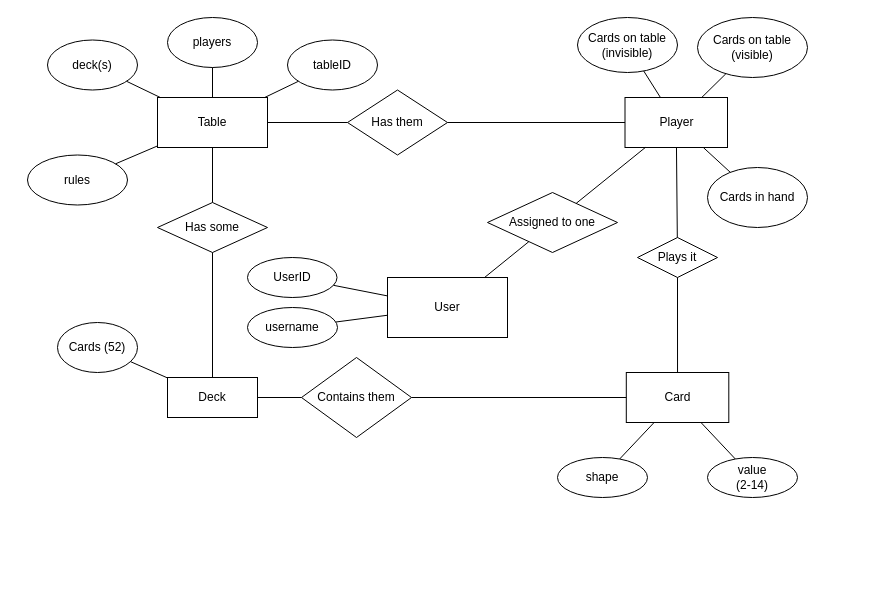
Above: docs/Shed data model.drawio in pintertamas/shed-backend (draw.io), before the change. Source tidied: cells renumbered, new cells numbered last; positions are measured from the earlier drawing's top-left corner, leaving out a move shared by most shapes. Both pictures are drawn from the tidied source at 100%, with x=0, y=0 at pixel (27, 17).
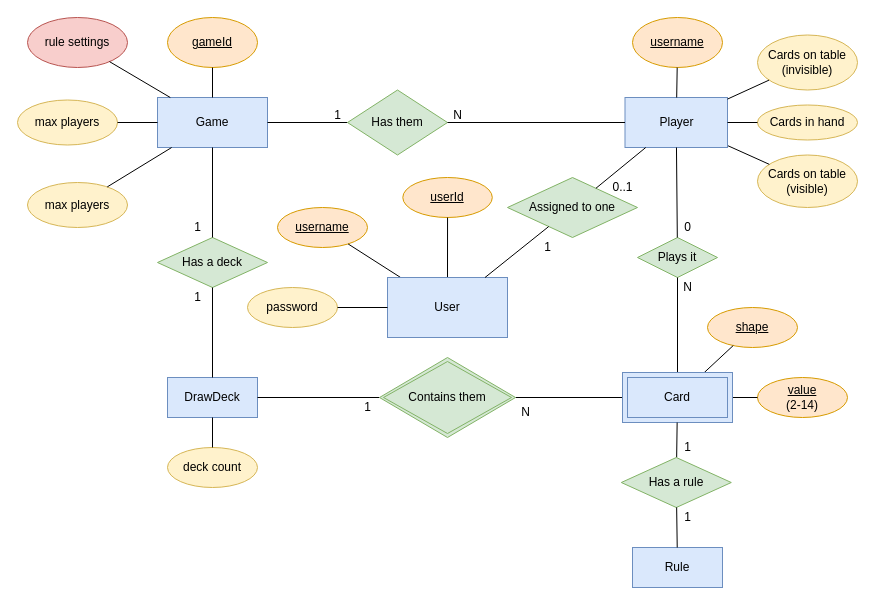
The same page after the edit.

Diff of the diagram source:
```diff
@@
-    <mxCell id="2" value="Cards in hand" style="ellipse;whiteSpace=wrap;html=1;" parent="1" vertex="1">
-      <mxGeometry x="680" y="150" width="100" height="60" as="geometry" />
+    <mxCell id="2" value="Cards in hand" style="ellipse;whiteSpace=wrap;html=1;fillColor=#fff2cc;strokeColor=#d6b656;" parent="1" vertex="1">
+      <mxGeometry x="730" y="87.5" width="100" height="35" as="geometry" />
     </mxCell>
-    <mxCell id="3" value="Cards on table&lt;br&gt;(visible)" style="ellipse;whiteSpace=wrap;html=1;" parent="1" vertex="1">
-      <mxGeometry x="670" width="110" height="60" as="geometry" />
+    <mxCell id="3" value="Cards on table&lt;br&gt;(visible)" style="ellipse;whiteSpace=wrap;html=1;fillColor=#fff2cc;strokeColor=#d6b656;" parent="1" vertex="1">
+      <mxGeometry x="730" y="137.5" width="100" height="52.5" as="geometry" />
     </mxCell>
@@
-    <mxCell id="5" value="Plays it" style="rhombus;whiteSpace=wrap;html=1;" parent="1" vertex="1">
+    <mxCell id="5" value="Plays it" style="rhombus;whiteSpace=wrap;html=1;fillColor=#d5e8d4;strokeColor=#82b366;" parent="1" vertex="1">
       <mxGeometry x="610" y="220" width="80" height="40" as="geometry" />
     </mxCell>
-    <mxCell id="6" value="Player" style="rounded=0;whiteSpace=wrap;html=1;fontColor=default;strokeColor=default;fillColor=default;" parent="1" vertex="1">
+    <mxCell id="6" value="Player" style="rounded=0;whiteSpace=wrap;html=1;fillColor=#dae8fc;strokeColor=#6c8ebf;" parent="1" vertex="1">
       <mxGeometry x="597.5" y="80" width="102.5" height="50" as="geometry" />
     </mxCell>
@@
-    <mxCell id="8" value="Cards on table&lt;br&gt;(invisible)" style="ellipse;whiteSpace=wrap;html=1;" parent="1" vertex="1">
-      <mxGeometry x="550" width="100" height="55" as="geometry" />
+    <mxCell id="8" value="Cards on table&lt;br&gt;(invisible)" style="ellipse;whiteSpace=wrap;html=1;fillColor=#fff2cc;strokeColor=#d6b656;" parent="1" vertex="1">
+      <mxGeometry x="730" y="17.5" width="100" height="55" as="geometry" />
     </mxCell>
@@
-    <mxCell id="10" value="Card" style="rounded=0;whiteSpace=wrap;html=1;fontColor=default;strokeColor=default;fillColor=default;" parent="1" vertex="1">
-      <mxGeometry x="598.8" y="355" width="102.5" height="50" as="geometry" />
-    </mxCell>
@@
-    <mxCell id="12" style="endArrow=none;html=1;rounded=0;" parent="1" edge="1" source="10" target="5">
+    <mxCell id="12" style="endArrow=none;html=1;rounded=0;exitX=0.5;exitY=0;exitDx=0;exitDy=0;" parent="1" edge="1" source="10" target="5">
       <mxGeometry relative="1" as="geometry" />
     </mxCell>
-    <mxCell id="13" value="shape" style="ellipse;whiteSpace=wrap;html=1;" parent="1" vertex="1">
-      <mxGeometry x="530" y="440" width="90" height="40" as="geometry" />
+    <mxCell id="13" value="&lt;u&gt;shape&lt;/u&gt;" style="ellipse;whiteSpace=wrap;html=1;fillColor=#ffe6cc;strokeColor=#d79b00;" parent="1" vertex="1">
+      <mxGeometry x="680" y="290" width="90" height="40" as="geometry" />
     </mxCell>
@@
-    <mxCell id="15" value="value&lt;br&gt;(2-14)" style="ellipse;whiteSpace=wrap;html=1;" parent="1" vertex="1">
-      <mxGeometry x="680" y="440" width="90" height="40" as="geometry" />
+    <mxCell id="15" value="&lt;u&gt;value&lt;/u&gt;&lt;br&gt;(2-14)" style="ellipse;whiteSpace=wrap;html=1;fillColor=#ffe6cc;strokeColor=#d79b00;" parent="1" vertex="1">
+      <mxGeometry x="730" y="360" width="90" height="40" as="geometry" />
     </mxCell>
@@
-    <mxCell id="17" value="Deck" style="rounded=0;whiteSpace=wrap;html=1;fontColor=default;strokeColor=default;fillColor=default;" parent="1" vertex="1">
+    <mxCell id="17" value="DrawDeck" style="rounded=0;whiteSpace=wrap;html=1;strokeColor=#6c8ebf;fillColor=#dae8fc;" parent="1" vertex="1">
       <mxGeometry x="140" y="360" width="90" height="40" as="geometry" />
     </mxCell>
-    <mxCell id="18" value="Cards (52)" style="ellipse;whiteSpace=wrap;html=1;" parent="1" vertex="1">
-      <mxGeometry x="30" y="305" width="80" height="50" as="geometry" />
-    </mxCell>
-    <mxCell id="19" style="endArrow=none;html=1;rounded=0;" parent="1" edge="1" source="18" target="17">
-      <mxGeometry relative="1" as="geometry" />
-    </mxCell>
-    <mxCell id="20" value="Table" style="rounded=0;whiteSpace=wrap;html=1;fontColor=default;strokeColor=default;fillColor=default;" parent="1" vertex="1">
+    <mxCell id="20" value="Game" style="rounded=0;whiteSpace=wrap;html=1;strokeColor=#6c8ebf;fillColor=#dae8fc;" parent="1" vertex="1">
       <mxGeometry x="130" y="80" width="110" height="50" as="geometry" />
     </mxCell>
-    <mxCell id="21" value="Contains them" style="rhombus;whiteSpace=wrap;html=1;" parent="1" vertex="1">
-      <mxGeometry x="274" y="340" width="110" height="80" as="geometry" />
-    </mxCell>
@@
-    <mxCell id="24" value="Has some" style="rhombus;whiteSpace=wrap;html=1;" parent="1" vertex="1">
-      <mxGeometry x="130" y="185" width="110" height="50" as="geometry" />
+    <mxCell id="24" value="Has a deck" style="rhombus;whiteSpace=wrap;html=1;fillColor=#d5e8d4;strokeColor=#82b366;" parent="1" vertex="1">
+      <mxGeometry x="130" y="220" width="110" height="50" as="geometry" />
     </mxCell>
@@
-    <mxCell id="27" value="tableID" style="ellipse;whiteSpace=wrap;html=1;" parent="1" vertex="1">
-      <mxGeometry x="260" y="22.5" width="90" height="50" as="geometry" />
+    <mxCell id="27" value="&lt;u&gt;gameId&lt;/u&gt;" style="ellipse;whiteSpace=wrap;html=1;fillColor=#ffe6cc;strokeColor=#d79b00;" parent="1" vertex="1">
+      <mxGeometry x="140" width="90" height="50" as="geometry" />
     </mxCell>
@@
-    <mxCell id="29" value="deck(s)" style="ellipse;whiteSpace=wrap;html=1;" parent="1" vertex="1">
-      <mxGeometry x="20" y="22.5" width="90" height="50" as="geometry" />
-    </mxCell>
-    <mxCell id="30" style="endArrow=none;html=1;rounded=0;" parent="1" edge="1" source="29" target="20">
-      <mxGeometry relative="1" as="geometry" />
-    </mxCell>
-    <mxCell id="31" value="players" style="ellipse;whiteSpace=wrap;html=1;" parent="1" vertex="1">
-      <mxGeometry x="140" width="90" height="50" as="geometry" />
-    </mxCell>
-    <mxCell id="32" style="endArrow=none;html=1;rounded=0;" parent="1" edge="1" source="20" target="31">
-      <mxGeometry relative="1" as="geometry" />
-    </mxCell>
@@
-    <mxCell id="34" value="Has them" style="rhombus;whiteSpace=wrap;html=1;" parent="1" vertex="1">
+    <mxCell id="34" value="Has them" style="rhombus;whiteSpace=wrap;html=1;fillColor=#d5e8d4;strokeColor=#82b366;" parent="1" vertex="1">
       <mxGeometry x="320" y="72.5" width="100" height="65" as="geometry" />
     </mxCell>
@@
-    <mxCell id="36" value="rules" style="ellipse;whiteSpace=wrap;html=1;" parent="1" vertex="1">
-      <mxGeometry y="137.5" width="100" height="50" as="geometry" />
+    <mxCell id="36" value="rule settings" style="ellipse;whiteSpace=wrap;html=1;fillColor=#f8cecc;strokeColor=#b85450;" parent="1" vertex="1">
+      <mxGeometry width="100" height="50" as="geometry" />
     </mxCell>
@@
-    <mxCell id="38" value="UserID" style="ellipse;whiteSpace=wrap;html=1;" parent="1" vertex="1">
-      <mxGeometry x="220" y="240" width="89.5" height="40" as="geometry" />
+    <mxCell id="38" value="&lt;u&gt;userId&lt;/u&gt;" style="ellipse;whiteSpace=wrap;html=1;fillColor=#ffe6cc;strokeColor=#d79b00;" parent="1" vertex="1">
+      <mxGeometry x="375.3" y="160" width="89.5" height="40" as="geometry" />
     </mxCell>
-    <mxCell id="39" value="username" style="ellipse;whiteSpace=wrap;html=1;" parent="1" vertex="1">
-      <mxGeometry x="220" y="290" width="90" height="40" as="geometry" />
+    <mxCell id="39" value="&lt;u&gt;username&lt;/u&gt;" style="ellipse;whiteSpace=wrap;html=1;fillColor=#ffe6cc;strokeColor=#d79b00;" parent="1" vertex="1">
+      <mxGeometry x="250" y="190" width="90" height="40" as="geometry" />
     </mxCell>
@@
-    <mxCell id="42" value="User" style="rounded=0;whiteSpace=wrap;html=1;fontColor=default;strokeColor=default;fillColor=default;" parent="1" vertex="1">
+    <mxCell id="42" value="User" style="rounded=0;whiteSpace=wrap;html=1;strokeColor=#6c8ebf;fillColor=#dae8fc;" parent="1" vertex="1">
       <mxGeometry x="360" y="260" width="120" height="60" as="geometry" />
     </mxCell>
-    <mxCell id="43" value="Assigned to one" style="rhombus;whiteSpace=wrap;html=1;" parent="1" vertex="1">
-      <mxGeometry x="460" y="175" width="130" height="60" as="geometry" />
+    <mxCell id="43" value="Assigned to one" style="rhombus;whiteSpace=wrap;html=1;fillColor=#d5e8d4;strokeColor=#82b366;" parent="1" vertex="1">
+      <mxGeometry x="480" y="160" width="130" height="60" as="geometry" />
     </mxCell>
@@
+    <mxCell id="46" value="password" style="ellipse;whiteSpace=wrap;html=1;fillColor=#fff2cc;strokeColor=#d6b656;" parent="1" vertex="1">
+      <mxGeometry x="220" y="270" width="90" height="40" as="geometry" />
+    </mxCell>
+    <mxCell id="47" style="endArrow=none;html=1;rounded=0;" parent="1" edge="1" source="46" target="42">
+      <mxGeometry relative="1" as="geometry" />
+    </mxCell>
+    <mxCell id="10" value="Card" style="shape=ext;margin=3;double=1;whiteSpace=wrap;html=1;align=center;fillColor=#dae8fc;strokeColor=#6c8ebf;" parent="1" vertex="1">
+      <mxGeometry x="595" y="355" width="110" height="50" as="geometry" />
+    </mxCell>
+    <mxCell id="21" value="Contains them" style="shape=rhombus;double=1;perimeter=rhombusPerimeter;whiteSpace=wrap;html=1;align=center;fillColor=#d5e8d4;strokeColor=#82b366;" parent="1" vertex="1">
+      <mxGeometry x="352" y="340" width="136" height="80" as="geometry" />
+    </mxCell>
+    <mxCell id="48" value="&lt;u&gt;username&lt;/u&gt;" style="ellipse;whiteSpace=wrap;html=1;fillColor=#ffe6cc;strokeColor=#d79b00;" parent="1" vertex="1">
+      <mxGeometry x="605" width="90" height="50" as="geometry" />
+    </mxCell>
+    <mxCell id="49" style="endArrow=none;html=1;rounded=0;" parent="1" edge="1" source="6" target="48">
+      <mxGeometry relative="1" as="geometry" />
+    </mxCell>
+    <mxCell id="50" value="1" style="text;html=1;align=center;verticalAlign=middle;strokeColor=none;fillColor=none;" parent="1" vertex="1">
+      <mxGeometry x="300" y="87.5" width="20" height="20" as="geometry" />
+    </mxCell>
+    <mxCell id="51" value="N" style="text;html=1;align=center;verticalAlign=middle;strokeColor=none;fillColor=none;" parent="1" vertex="1">
+      <mxGeometry x="420" y="87.5" width="20" height="20" as="geometry" />
+    </mxCell>
+    <mxCell id="52" value="1" style="text;html=1;align=center;verticalAlign=middle;strokeColor=none;fillColor=none;" parent="1" vertex="1">
+      <mxGeometry x="160" y="200" width="20" height="20" as="geometry" />
+    </mxCell>
+    <mxCell id="53" value="1" style="text;html=1;align=center;verticalAlign=middle;strokeColor=none;fillColor=none;" parent="1" vertex="1">
+      <mxGeometry x="160" y="270" width="20" height="20" as="geometry" />
+    </mxCell>
+    <mxCell id="54" value="1" style="text;html=1;align=center;verticalAlign=middle;strokeColor=none;fillColor=none;" parent="1" vertex="1">
+      <mxGeometry x="330" y="380" width="20" height="20" as="geometry" />
+    </mxCell>
+    <mxCell id="55" value="N" style="text;html=1;align=center;verticalAlign=middle;strokeColor=none;fillColor=none;" parent="1" vertex="1">
+      <mxGeometry x="488" y="385" width="20" height="20" as="geometry" />
+    </mxCell>
+    <mxCell id="56" value="1" style="text;html=1;align=center;verticalAlign=middle;strokeColor=none;fillColor=none;" parent="1" vertex="1">
+      <mxGeometry x="510" y="220" width="20" height="20" as="geometry" />
+    </mxCell>
+    <mxCell id="57" value="0..1" style="text;html=1;align=center;verticalAlign=middle;strokeColor=none;fillColor=none;" parent="1" vertex="1">
+      <mxGeometry x="575" y="160" width="40" height="20" as="geometry" />
+    </mxCell>
+    <mxCell id="58" value="0" style="text;html=1;align=center;verticalAlign=middle;strokeColor=none;fillColor=none;" parent="1" vertex="1">
+      <mxGeometry x="650" y="200" width="20" height="20" as="geometry" />
+    </mxCell>
+    <mxCell id="59" value="N" style="text;html=1;align=center;verticalAlign=middle;strokeColor=none;fillColor=none;" parent="1" vertex="1">
+      <mxGeometry x="650" y="260" width="20" height="20" as="geometry" />
+    </mxCell>
+    <mxCell id="60" style="endArrow=none;html=1;rounded=0;startArrow=none;" parent="1" edge="1" source="64" target="10">
+      <mxGeometry relative="1" as="geometry" />
+    </mxCell>
+    <mxCell id="61" value="1" style="text;html=1;align=center;verticalAlign=middle;strokeColor=none;fillColor=none;" parent="1" vertex="1">
+      <mxGeometry x="650" y="420" width="20" height="20" as="geometry" />
+    </mxCell>
+    <mxCell id="62" value="1" style="text;html=1;align=center;verticalAlign=middle;strokeColor=none;fillColor=none;" parent="1" vertex="1">
+      <mxGeometry x="650" y="490" width="20" height="20" as="geometry" />
+    </mxCell>
+    <mxCell id="63" value="Rule" style="rounded=0;whiteSpace=wrap;html=1;strokeColor=#6c8ebf;fillColor=#dae8fc;" parent="1" vertex="1">
+      <mxGeometry x="605" y="530" width="90" height="40" as="geometry" />
+    </mxCell>
+    <mxCell id="64" value="Has a rule" style="rhombus;whiteSpace=wrap;html=1;fillColor=#d5e8d4;strokeColor=#82b366;" parent="1" vertex="1">
+      <mxGeometry x="593.8" y="440" width="110" height="50" as="geometry" />
+    </mxCell>
+    <mxCell id="65" style="endArrow=none;html=1;rounded=0;" parent="1" edge="1" source="63" target="64">
+      <mxGeometry relative="1" as="geometry" />
+    </mxCell>
+    <mxCell id="66" value="deck count" style="ellipse;whiteSpace=wrap;html=1;fillColor=#fff2cc;strokeColor=#d6b656;" parent="1" vertex="1">
+      <mxGeometry x="140" y="430" width="90" height="40" as="geometry" />
+    </mxCell>
+    <mxCell id="67" style="endArrow=none;html=1;rounded=0;" parent="1" edge="1" source="66" target="17">
+      <mxGeometry relative="1" as="geometry" />
+    </mxCell>
+    <mxCell id="68" value="max players" style="ellipse;whiteSpace=wrap;html=1;fillColor=#fff2cc;strokeColor=#d6b656;" parent="1" vertex="1">
+      <mxGeometry y="165" width="100" height="45" as="geometry" />
+    </mxCell>
+    <mxCell id="69" style="endArrow=none;html=1;rounded=0;startArrow=none;" parent="1" edge="1" source="20" target="68">
+      <mxGeometry relative="1" as="geometry" />
+    </mxCell>
+    <mxCell id="70" value="max players" style="ellipse;whiteSpace=wrap;html=1;fillColor=#fff2cc;strokeColor=#d6b656;" parent="1" vertex="1">
+      <mxGeometry x="-10" y="82.5" width="100" height="45" as="geometry" />
+    </mxCell>
+    <mxCell id="71" style="endArrow=none;html=1;rounded=0;startArrow=none;" parent="1" edge="1" source="20" target="70">
+      <mxGeometry relative="1" as="geometry" />
+    </mxCell>
```
